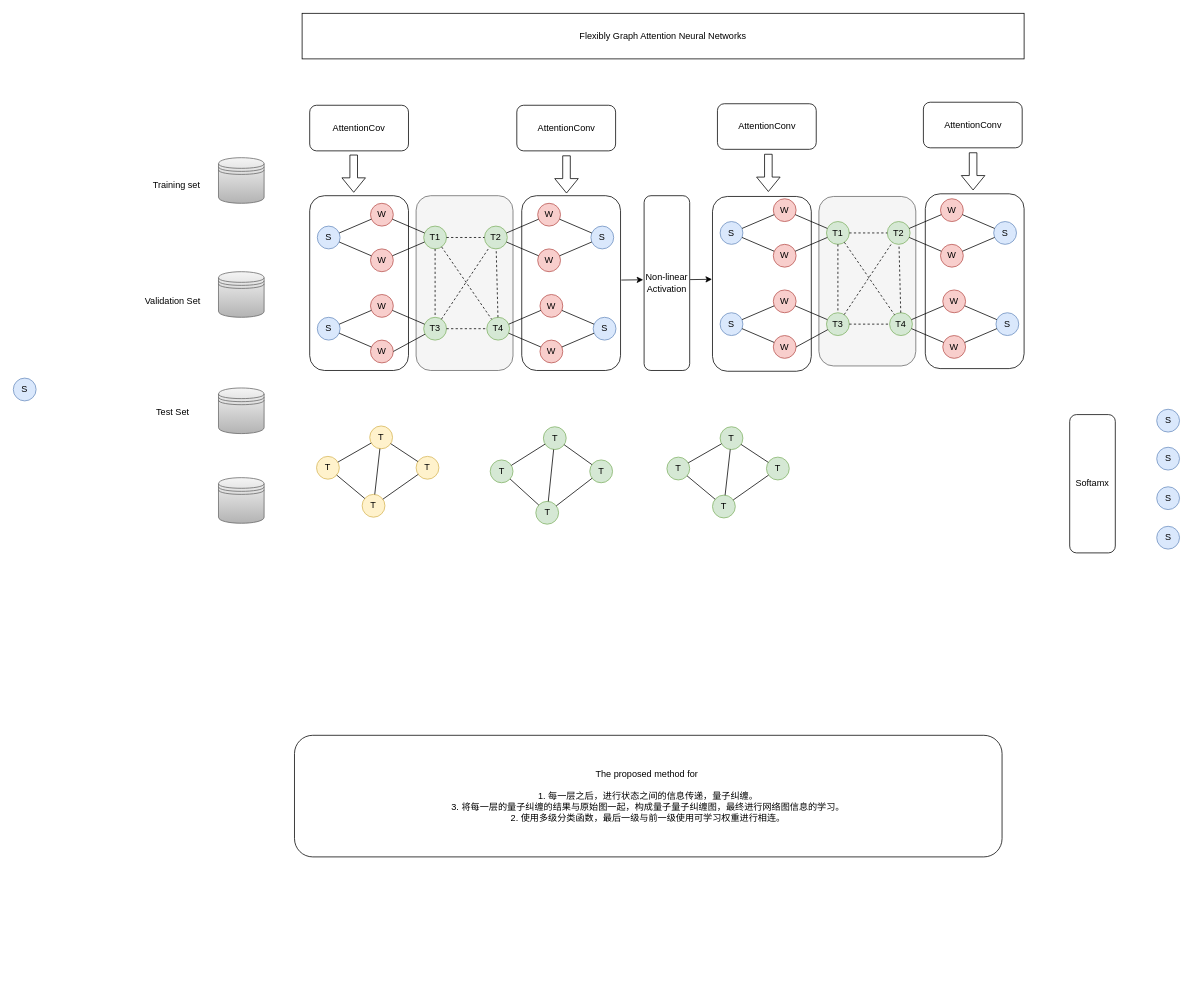
The draw.io diagram acl.drawio in ChenaniahMe/codes, before the edit. Source tidied: cells renumbered, new cells numbered last; positions are measured from the earlier drawing's top-left corner, leaving out a move shared by most shapes. Both pictures are drawn from the tidied source at 76%, with x=0, y=0 at pixel (13, 13).
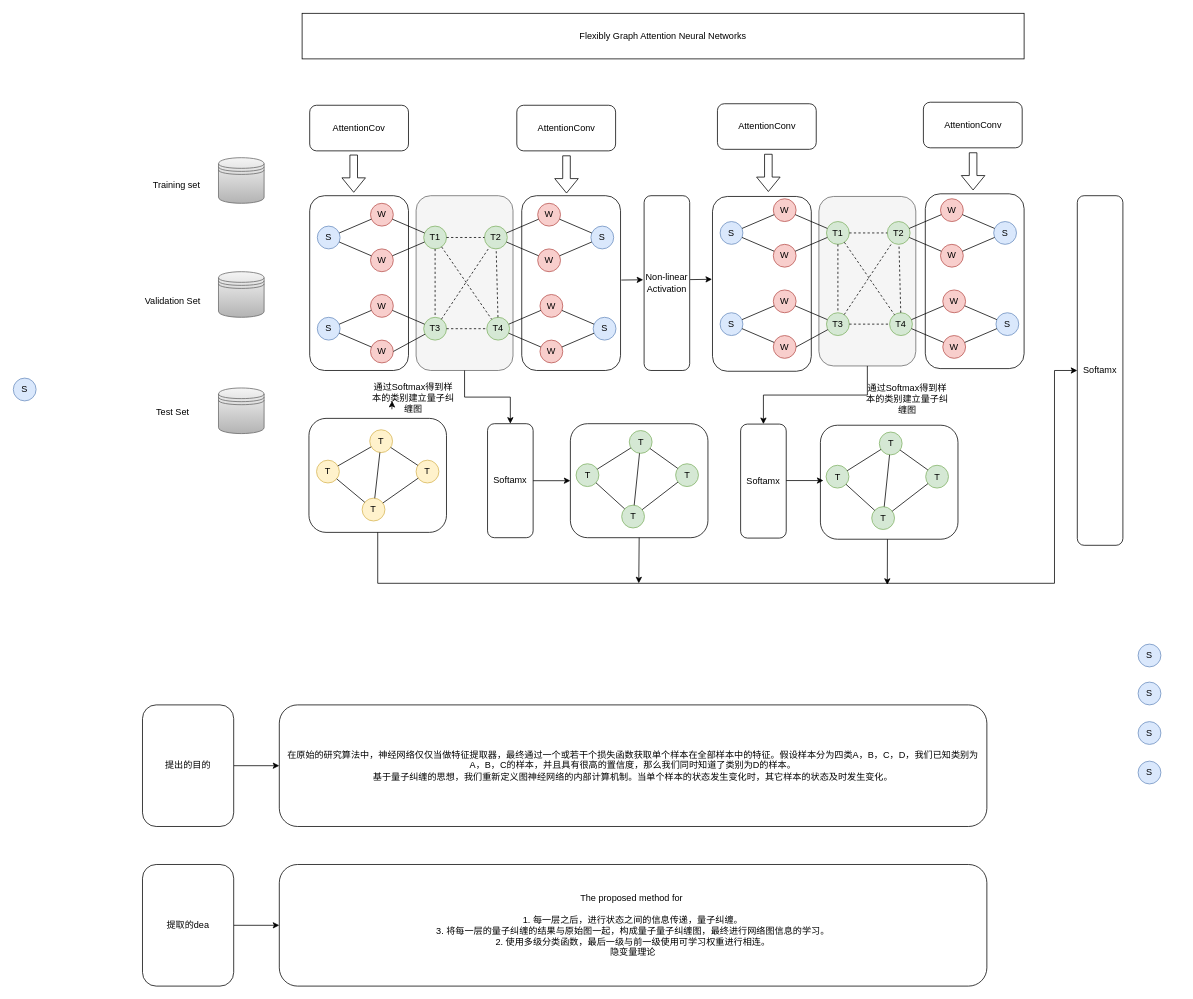
The same page after the edit.

Unchanged cells that the change refers to:
```xml
<mxCell id="6" style="rounded=1;whiteSpace=wrap;html=1;fillColor=#f5f5f5;fontColor=#333333;strokeColor=#666666;" parent="1" vertex="1">
  <mxGeometry x="530" y="240" width="127.5" height="230" as="geometry" />
</mxCell>
<mxCell id="45" style="rounded=1;whiteSpace=wrap;html=1;fillColor=#f5f5f5;fontColor=#333333;strokeColor=#666666;" parent="1" vertex="1">
  <mxGeometry x="1060" y="241" width="127.5" height="223" as="geometry" />
</mxCell>
<mxCell id="84" value="Non-linear&lt;br&gt;Activation" style="rounded=1;whiteSpace=wrap;html=1;" parent="1" vertex="1">
  <mxGeometry x="830" y="240" width="60" height="230" as="geometry" />
</mxCell>
```

The edit, as a diff of the source:
```diff
@@
     <mxCell id="85" value="Softamx" style="rounded=1;whiteSpace=wrap;html=1;" parent="1" vertex="1">
-      <mxGeometry x="1390" y="528" width="60" height="182" as="geometry" />
+      <mxGeometry x="1400" y="240" width="60" height="460" as="geometry" />
     </mxCell>
@@
     <mxCell id="89" value="S" style="ellipse;whiteSpace=wrap;html=1;fillColor=#dae8fc;strokeColor=#6c8ebf;" parent="1" vertex="1">
-      <mxGeometry x="1504.5" y="521" width="30" height="30" as="geometry" />
+      <mxGeometry x="1480" y="830" width="30" height="30" as="geometry" />
     </mxCell>
     <mxCell id="90" value="S" style="ellipse;whiteSpace=wrap;html=1;fillColor=#dae8fc;strokeColor=#6c8ebf;" parent="1" vertex="1">
-      <mxGeometry x="1504.5" y="571" width="30" height="30" as="geometry" />
+      <mxGeometry x="1480" y="880" width="30" height="30" as="geometry" />
     </mxCell>
     <mxCell id="91" value="S" style="ellipse;whiteSpace=wrap;html=1;fillColor=#dae8fc;strokeColor=#6c8ebf;" parent="1" vertex="1">
-      <mxGeometry x="1504.5" y="623" width="30" height="30" as="geometry" />
+      <mxGeometry x="1480" y="932" width="30" height="30" as="geometry" />
     </mxCell>
     <mxCell id="92" value="S" style="ellipse;whiteSpace=wrap;html=1;fillColor=#dae8fc;strokeColor=#6c8ebf;" parent="1" vertex="1">
-      <mxGeometry x="1504.5" y="675" width="30" height="30" as="geometry" />
+      <mxGeometry x="1480" y="984" width="30" height="30" as="geometry" />
     </mxCell>
@@
+    <mxCell id="111" style="group;" parent="1" vertex="1">
+      <mxGeometry x="399" y="548" width="171" height="135" as="geometry" />
+    </mxCell>
+    <mxCell id="140" style="group;" parent="111" vertex="1">
+      <mxGeometry x="-10" y="-15" width="181" height="150" as="geometry" />
+    </mxCell>
+    <mxCell id="141" style="rounded=1;whiteSpace=wrap;html=1;" parent="140" vertex="1">
+      <mxGeometry width="181" height="150" as="geometry" />
+    </mxCell>
+    <mxCell id="112" value="T" style="ellipse;whiteSpace=wrap;html=1;fillColor=#fff2cc;strokeColor=#d6b656;" parent="111" vertex="1">
+      <mxGeometry y="40" width="30" height="30" as="geometry" />
+    </mxCell>
+    <mxCell id="113" value="T" style="ellipse;whiteSpace=wrap;html=1;fillColor=#fff2cc;strokeColor=#d6b656;" parent="111" vertex="1">
+      <mxGeometry x="70" width="30" height="30" as="geometry" />
+    </mxCell>
+    <mxCell id="114" style="endArrow=none;html=1;rounded=0;" parent="111" edge="1" source="113" target="112">
+      <mxGeometry relative="1" as="geometry" />
+    </mxCell>
+    <mxCell id="115" value="T" style="ellipse;whiteSpace=wrap;html=1;fillColor=#fff2cc;strokeColor=#d6b656;" parent="111" vertex="1">
+      <mxGeometry x="60" y="90" width="30" height="30" as="geometry" />
+    </mxCell>
+    <mxCell id="116" value="T" style="ellipse;whiteSpace=wrap;html=1;fillColor=#fff2cc;strokeColor=#d6b656;" parent="111" vertex="1">
+      <mxGeometry x="131" y="40" width="30" height="30" as="geometry" />
+    </mxCell>
+    <mxCell id="117" style="endArrow=none;html=1;rounded=0;" parent="111" edge="1" source="115" target="113">
+      <mxGeometry relative="1" as="geometry" />
+    </mxCell>
+    <mxCell id="118" style="endArrow=none;html=1;rounded=0;" parent="111" edge="1" source="116" target="113">
+      <mxGeometry relative="1" as="geometry" />
+    </mxCell>
+    <mxCell id="119" style="endArrow=none;html=1;rounded=0;" parent="111" edge="1" source="115" target="112">
+      <mxGeometry relative="1" as="geometry" />
+    </mxCell>
+    <mxCell id="120" style="endArrow=none;html=1;rounded=0;" parent="111" edge="1" source="116" target="115">
+      <mxGeometry relative="1" as="geometry" />
+    </mxCell>
+    <mxCell id="131" style="endArrow=classic;html=1;rounded=0;entryX=-0.019;entryY=0.481;entryDx=0;entryDy=0;entryPerimeter=0;" parent="1" edge="1" target="84">
+      <mxGeometry relative="1" as="geometry">
+        <mxPoint x="800" y="351" as="sourcePoint" />
+      </mxGeometry>
+    </mxCell>
+    <mxCell id="132" style="endArrow=classic;html=1;rounded=0;entryX=-0.019;entryY=0.481;entryDx=0;entryDy=0;entryPerimeter=0;" parent="1" edge="1">
+      <mxGeometry relative="1" as="geometry">
+        <mxPoint x="890.5" y="350.4" as="sourcePoint" />
+        <mxPoint x="919.4" y="350" as="targetPoint" />
+      </mxGeometry>
+    </mxCell>
+    <mxCell id="133" value="The proposed method for&amp;nbsp;&lt;br&gt;&lt;br&gt;1. 每一层之后，进行状态之间的信息传递，量子纠缠。&lt;br&gt;3. 将每一层的量子纠缠的结果与原始图一起，构成量子量子纠缠图，最终进行网络图信息的学习。&lt;br&gt;2. 使用多级分类函数，最后一级与前一级使用可学习权重进行相连。&lt;br&gt;隐变量理论" style="rounded=1;whiteSpace=wrap;html=1;" parent="1" vertex="1">
+      <mxGeometry x="350" y="1120" width="931" height="160" as="geometry" />
+    </mxCell>
+    <mxCell id="134" value="Flexibly Graph Attention Neural Networks" style="rounded=0;whiteSpace=wrap;html=1;" parent="1" vertex="1">
+      <mxGeometry x="380" width="950" height="60" as="geometry" />
+    </mxCell>
+    <mxCell id="136" value="Training set" style="text;html=1;strokeColor=none;fillColor=none;align=center;verticalAlign=middle;whiteSpace=wrap;rounded=0;" parent="1" vertex="1">
+      <mxGeometry x="180" y="211" width="70" height="30" as="geometry" />
+    </mxCell>
+    <mxCell id="137" value="S" style="ellipse;whiteSpace=wrap;html=1;fillColor=#dae8fc;strokeColor=#6c8ebf;" parent="1" vertex="1">
+      <mxGeometry y="480" width="30" height="30" as="geometry" />
+    </mxCell>
+    <mxCell id="138" value="Validation Set" style="text;html=1;strokeColor=none;fillColor=none;align=center;verticalAlign=middle;whiteSpace=wrap;rounded=0;" parent="1" vertex="1">
+      <mxGeometry x="170" y="364" width="80" height="30" as="geometry" />
+    </mxCell>
+    <mxCell id="139" value="Test Set" style="text;html=1;strokeColor=none;fillColor=none;align=center;verticalAlign=middle;whiteSpace=wrap;rounded=0;" parent="1" vertex="1">
+      <mxGeometry x="170" y="510" width="80" height="30" as="geometry" />
+    </mxCell>
+    <mxCell id="142" value="在原始的研究算法中，神经网络仅仅当做特征提取器，最终通过一个或若干个损失函数获取单个样本在全部样本中的特征。假设样本分为四类A，B，C，D，我们已知类别为A，B，C的样本，并且具有很高的置信度，那么我们同时知道了类别为D的样本。&lt;br&gt;基于量子纠缠的思想，我们重新定义图神经网络的内部计算机制。当单个样本的状态发生变化时，其它样本的状态及时发生变化。" style="rounded=1;whiteSpace=wrap;html=1;" parent="1" vertex="1">
+      <mxGeometry x="350" y="910" width="931" height="160" as="geometry" />
+    </mxCell>
+    <mxCell id="143" value="通过Softmax得到样本的类别建立量子纠缠图" style="text;html=1;strokeColor=none;fillColor=none;align=center;verticalAlign=middle;whiteSpace=wrap;rounded=0;" parent="1" vertex="1">
+      <mxGeometry x="470" y="491" width="112.5" height="30" as="geometry" />
+    </mxCell>
+    <mxCell id="144" value="通过Softmax得到样本的类别建立量子纠缠图" style="text;html=1;strokeColor=none;fillColor=none;align=center;verticalAlign=middle;whiteSpace=wrap;rounded=0;" parent="1" vertex="1">
+      <mxGeometry x="1120" y="493" width="112.5" height="30" as="geometry" />
+    </mxCell>
+    <mxCell id="145" style="edgeStyle=orthogonalEdgeStyle;rounded=0;jettySize=auto;html=1;" parent="1" edge="1" source="146" target="142">
+      <mxGeometry relative="1" as="geometry" />
+    </mxCell>
+    <mxCell id="146" value="提出的目的" style="rounded=1;whiteSpace=wrap;html=1;" parent="1" vertex="1">
+      <mxGeometry x="170" y="910" width="120" height="160" as="geometry" />
+    </mxCell>
+    <mxCell id="147" style="edgeStyle=orthogonalEdgeStyle;rounded=0;jettySize=auto;html=1;" parent="1" edge="1" source="148" target="133">
+      <mxGeometry relative="1" as="geometry" />
+    </mxCell>
+    <mxCell id="148" value="提取的dea" style="rounded=1;whiteSpace=wrap;html=1;" parent="1" vertex="1">
+      <mxGeometry x="170" y="1120" width="120" height="160" as="geometry" />
+    </mxCell>
+    <mxCell id="149" style="group;" parent="1" vertex="1">
+      <mxGeometry x="733" y="540" width="181" height="150" as="geometry" />
+    </mxCell>
+    <mxCell id="150" style="rounded=1;whiteSpace=wrap;html=1;" parent="149" vertex="1">
+      <mxGeometry width="181" height="150" as="geometry" />
+    </mxCell>
-    <mxCell id="101" style="group;" parent="1" vertex="1">
-      <mxGeometry x="627.5" y="544" width="161" height="131" as="geometry" />
+    <mxCell id="101" style="group;" parent="149" vertex="1">
+      <mxGeometry x="7.5" y="9" width="161" height="131" as="geometry" />
     </mxCell>
@@
-    <mxCell id="111" style="group;" parent="1" vertex="1">
-      <mxGeometry x="399" y="543" width="161" height="120" as="geometry" />
-    </mxCell>
-    <mxCell id="112" value="T" style="ellipse;whiteSpace=wrap;html=1;fillColor=#fff2cc;strokeColor=#d6b656;" parent="111" vertex="1">
-      <mxGeometry y="40" width="30" height="30" as="geometry" />
-    </mxCell>
-    <mxCell id="113" value="T" style="ellipse;whiteSpace=wrap;html=1;fillColor=#fff2cc;strokeColor=#d6b656;" parent="111" vertex="1">
-      <mxGeometry x="70" width="30" height="30" as="geometry" />
-    </mxCell>
-    <mxCell id="114" style="endArrow=none;html=1;rounded=0;" parent="111" edge="1" source="113" target="112">
-      <mxGeometry relative="1" as="geometry" />
-    </mxCell>
-    <mxCell id="115" value="T" style="ellipse;whiteSpace=wrap;html=1;fillColor=#fff2cc;strokeColor=#d6b656;" parent="111" vertex="1">
-      <mxGeometry x="60" y="90" width="30" height="30" as="geometry" />
-    </mxCell>
-    <mxCell id="116" value="T" style="ellipse;whiteSpace=wrap;html=1;fillColor=#fff2cc;strokeColor=#d6b656;" parent="111" vertex="1">
-      <mxGeometry x="131" y="40" width="30" height="30" as="geometry" />
-    </mxCell>
-    <mxCell id="117" style="endArrow=none;html=1;rounded=0;" parent="111" edge="1" source="115" target="113">
-      <mxGeometry relative="1" as="geometry" />
-    </mxCell>
-    <mxCell id="118" style="endArrow=none;html=1;rounded=0;" parent="111" edge="1" source="116" target="113">
-      <mxGeometry relative="1" as="geometry" />
-    </mxCell>
-    <mxCell id="119" style="endArrow=none;html=1;rounded=0;" parent="111" edge="1" source="115" target="112">
-      <mxGeometry relative="1" as="geometry" />
-    </mxCell>
-    <mxCell id="120" style="endArrow=none;html=1;rounded=0;" parent="111" edge="1" source="116" target="115">
-      <mxGeometry relative="1" as="geometry" />
-    </mxCell>
-    <mxCell id="121" style="group;" parent="1" vertex="1">
-      <mxGeometry x="860" y="544" width="161" height="120" as="geometry" />
-    </mxCell>
-    <mxCell id="122" value="T" style="ellipse;whiteSpace=wrap;html=1;fillColor=#d5e8d4;strokeColor=#82b366;" parent="121" vertex="1">
-      <mxGeometry y="40" width="30" height="30" as="geometry" />
-    </mxCell>
+    <mxCell id="151" style="group;" parent="1" vertex="1">
+      <mxGeometry x="1062" y="542" width="181" height="150" as="geometry" />
+    </mxCell>
+    <mxCell id="152" style="rounded=1;whiteSpace=wrap;html=1;" parent="151" vertex="1">
+      <mxGeometry width="181" height="150" as="geometry" />
+    </mxCell>
+    <mxCell id="153" style="group;" parent="151" vertex="1">
+      <mxGeometry x="7.5" y="9" width="161" height="131" as="geometry" />
+    </mxCell>
+    <mxCell id="154" value="T" style="ellipse;whiteSpace=wrap;html=1;fillColor=#d5e8d4;strokeColor=#82b366;" parent="153" vertex="1">
+      <mxGeometry y="43.7" width="30" height="30" as="geometry" />
+    </mxCell>
-    <mxCell id="123" value="T" style="ellipse;whiteSpace=wrap;html=1;fillColor=#d5e8d4;strokeColor=#82b366;" parent="121" vertex="1">
+    <mxCell id="123" value="T" style="ellipse;whiteSpace=wrap;html=1;fillColor=#d5e8d4;strokeColor=#82b366;" parent="153" vertex="1">
       <mxGeometry x="70" width="30" height="30" as="geometry" />
     </mxCell>
-    <mxCell id="124" style="endArrow=none;html=1;rounded=0;" parent="121" edge="1" source="123" target="122">
-      <mxGeometry relative="1" as="geometry" />
-    </mxCell>
-    <mxCell id="125" value="T" style="ellipse;whiteSpace=wrap;html=1;fillColor=#d5e8d4;strokeColor=#82b366;" parent="121" vertex="1">
-      <mxGeometry x="60" y="90" width="30" height="30" as="geometry" />
-    </mxCell>
-    <mxCell id="126" value="T" style="ellipse;whiteSpace=wrap;html=1;fillColor=#d5e8d4;strokeColor=#82b366;" parent="121" vertex="1">
-      <mxGeometry x="131" y="40" width="30" height="30" as="geometry" />
-    </mxCell>
-    <mxCell id="127" style="endArrow=none;html=1;rounded=0;" parent="121" edge="1" source="125" target="123">
-      <mxGeometry relative="1" as="geometry" />
-    </mxCell>
-    <mxCell id="128" style="endArrow=none;html=1;rounded=0;" parent="121" edge="1" source="126" target="123">
-      <mxGeometry relative="1" as="geometry" />
-    </mxCell>
-    <mxCell id="129" style="endArrow=none;html=1;rounded=0;" parent="121" edge="1" source="125" target="122">
-      <mxGeometry relative="1" as="geometry" />
-    </mxCell>
-    <mxCell id="130" style="endArrow=none;html=1;rounded=0;" parent="121" edge="1" source="126" target="125">
-      <mxGeometry relative="1" as="geometry" />
-    </mxCell>
-    <mxCell id="131" style="endArrow=classic;html=1;rounded=0;entryX=-0.019;entryY=0.481;entryDx=0;entryDy=0;entryPerimeter=0;" parent="1" edge="1" target="84">
-      <mxGeometry relative="1" as="geometry">
-        <mxPoint x="800" y="351" as="sourcePoint" />
-      </mxGeometry>
-    </mxCell>
-    <mxCell id="132" style="endArrow=classic;html=1;rounded=0;entryX=-0.019;entryY=0.481;entryDx=0;entryDy=0;entryPerimeter=0;" parent="1" edge="1">
-      <mxGeometry relative="1" as="geometry">
-        <mxPoint x="890.5" y="350.4" as="sourcePoint" />
-        <mxPoint x="919.4" y="350" as="targetPoint" />
-      </mxGeometry>
-    </mxCell>
-    <mxCell id="133" value="The proposed method for&amp;nbsp;&lt;br&gt;&lt;br&gt;1. 每一层之后，进行状态之间的信息传递，量子纠缠。&lt;br&gt;3. 将每一层的量子纠缠的结果与原始图一起，构成量子量子纠缠图，最终进行网络图信息的学习。&lt;br&gt;2. 使用多级分类函数，最后一级与前一级使用可学习权重进行相连。" style="rounded=1;whiteSpace=wrap;html=1;" parent="1" vertex="1">
-      <mxGeometry x="370" y="950" width="931" height="160" as="geometry" />
-    </mxCell>
-    <mxCell id="134" value="Flexibly Graph Attention Neural Networks" style="rounded=0;whiteSpace=wrap;html=1;" parent="1" vertex="1">
-      <mxGeometry x="380" width="950" height="60" as="geometry" />
-    </mxCell>
-    <mxCell id="135" style="shape=datastore;whiteSpace=wrap;html=1;fillColor=#f5f5f5;strokeColor=#666666;gradientColor=#b3b3b3;" parent="1" vertex="1">
-      <mxGeometry x="270" y="611" width="60" height="60" as="geometry" />
-    </mxCell>
-    <mxCell id="136" value="Training set" style="text;html=1;strokeColor=none;fillColor=none;align=center;verticalAlign=middle;whiteSpace=wrap;rounded=0;" parent="1" vertex="1">
-      <mxGeometry x="180" y="211" width="70" height="30" as="geometry" />
-    </mxCell>
-    <mxCell id="137" value="S" style="ellipse;whiteSpace=wrap;html=1;fillColor=#dae8fc;strokeColor=#6c8ebf;" parent="1" vertex="1">
-      <mxGeometry y="480" width="30" height="30" as="geometry" />
-    </mxCell>
-    <mxCell id="138" value="Validation Set" style="text;html=1;strokeColor=none;fillColor=none;align=center;verticalAlign=middle;whiteSpace=wrap;rounded=0;" parent="1" vertex="1">
-      <mxGeometry x="170" y="364" width="80" height="30" as="geometry" />
-    </mxCell>
-    <mxCell id="139" value="Test Set" style="text;html=1;strokeColor=none;fillColor=none;align=center;verticalAlign=middle;whiteSpace=wrap;rounded=0;" parent="1" vertex="1">
-      <mxGeometry x="170" y="510" width="80" height="30" as="geometry" />
-    </mxCell>
+    <mxCell id="155" style="endArrow=none;html=1;rounded=0;" parent="153" edge="1" source="123" target="154">
+      <mxGeometry relative="1" as="geometry" />
+    </mxCell>
+    <mxCell id="156" value="T" style="ellipse;whiteSpace=wrap;html=1;fillColor=#d5e8d4;strokeColor=#82b366;" parent="153" vertex="1">
+      <mxGeometry x="60" y="98.2" width="30" height="30" as="geometry" />
+    </mxCell>
+    <mxCell id="157" value="T" style="ellipse;whiteSpace=wrap;html=1;fillColor=#d5e8d4;strokeColor=#82b366;" parent="153" vertex="1">
+      <mxGeometry x="131" y="43.7" width="30" height="30" as="geometry" />
+    </mxCell>
+    <mxCell id="158" style="endArrow=none;html=1;rounded=0;" parent="153" edge="1" source="156" target="123">
+      <mxGeometry relative="1" as="geometry" />
+    </mxCell>
+    <mxCell id="159" style="endArrow=none;html=1;rounded=0;" parent="153" edge="1" source="157" target="123">
+      <mxGeometry relative="1" as="geometry" />
+    </mxCell>
+    <mxCell id="160" style="endArrow=none;html=1;rounded=0;" parent="153" edge="1" source="156" target="154">
+      <mxGeometry relative="1" as="geometry" />
+    </mxCell>
+    <mxCell id="161" style="endArrow=none;html=1;rounded=0;" parent="153" edge="1" source="157" target="156">
+      <mxGeometry relative="1" as="geometry" />
+    </mxCell>
+    <mxCell id="162" value="Softamx" style="rounded=1;whiteSpace=wrap;html=1;" parent="1" vertex="1">
+      <mxGeometry x="624" y="540" width="60" height="150" as="geometry" />
+    </mxCell>
+    <mxCell id="163" value="Softamx" style="rounded=1;whiteSpace=wrap;html=1;" parent="1" vertex="1">
+      <mxGeometry x="957" y="540.5" width="60" height="150" as="geometry" />
+    </mxCell>
+    <mxCell id="164" style="edgeStyle=orthogonalEdgeStyle;rounded=0;orthogonalLoop=1;jettySize=auto;html=1;exitX=0.25;exitY=1;exitDx=0;exitDy=0;entryX=0.253;entryY=0.633;entryDx=0;entryDy=0;entryPerimeter=0;" parent="1" edge="1" source="143" target="143">
+      <mxGeometry relative="1" as="geometry" />
+    </mxCell>
+    <mxCell id="165" style="endArrow=classic;html=1;rounded=0;exitX=0.5;exitY=1;exitDx=0;exitDy=0;entryX=0.5;entryY=0;entryDx=0;entryDy=0;edgeStyle=orthogonalEdgeStyle;" parent="1" edge="1" source="6" target="162">
+      <mxGeometry relative="1" as="geometry" />
+    </mxCell>
+    <mxCell id="166" style="endArrow=classic;html=1;rounded=0;exitX=1;exitY=0.5;exitDx=0;exitDy=0;entryX=0;entryY=0.5;entryDx=0;entryDy=0;" parent="1" edge="1" source="162" target="150">
+      <mxGeometry relative="1" as="geometry" />
+    </mxCell>
+    <mxCell id="167" style="endArrow=classic;html=1;rounded=0;entryX=0.5;entryY=0;entryDx=0;entryDy=0;exitX=0.5;exitY=1;exitDx=0;exitDy=0;edgeStyle=orthogonalEdgeStyle;" parent="1" edge="1" source="45" target="163">
+      <mxGeometry relative="1" as="geometry" />
+    </mxCell>
+    <mxCell id="168" style="endArrow=classic;html=1;rounded=0;exitX=1;exitY=0.5;exitDx=0;exitDy=0;entryX=0;entryY=0.5;entryDx=0;entryDy=0;" parent="1" edge="1">
+      <mxGeometry relative="1" as="geometry">
+        <mxPoint x="1017" y="614.8" as="sourcePoint" />
+        <mxPoint x="1066" y="614.8" as="targetPoint" />
+      </mxGeometry>
+    </mxCell>
+    <mxCell id="169" style="endArrow=classic;html=1;rounded=0;exitX=0.5;exitY=1;exitDx=0;exitDy=0;entryX=0;entryY=0.5;entryDx=0;entryDy=0;edgeStyle=orthogonalEdgeStyle;" parent="1" edge="1" source="141" target="85">
+      <mxGeometry relative="1" as="geometry">
+        <Array as="points">
+          <mxPoint x="480" y="750" />
+          <mxPoint x="1370" y="750" />
+          <mxPoint x="1370" y="470" />
+        </Array>
+      </mxGeometry>
+    </mxCell>
+    <mxCell id="170" style="endArrow=classic;html=1;rounded=0;exitX=0.5;exitY=1;exitDx=0;exitDy=0;" parent="1" edge="1" source="150">
+      <mxGeometry relative="1" as="geometry">
+        <mxPoint x="823" y="750" as="targetPoint" />
+      </mxGeometry>
+    </mxCell>
+    <mxCell id="171" style="endArrow=classic;html=1;rounded=0;exitX=0.5;exitY=1;exitDx=0;exitDy=0;" parent="1" edge="1">
+      <mxGeometry relative="1" as="geometry">
+        <mxPoint x="1150.2" y="692" as="sourcePoint" />
+        <mxPoint x="1150" y="752" as="targetPoint" />
+      </mxGeometry>
+    </mxCell>
```
